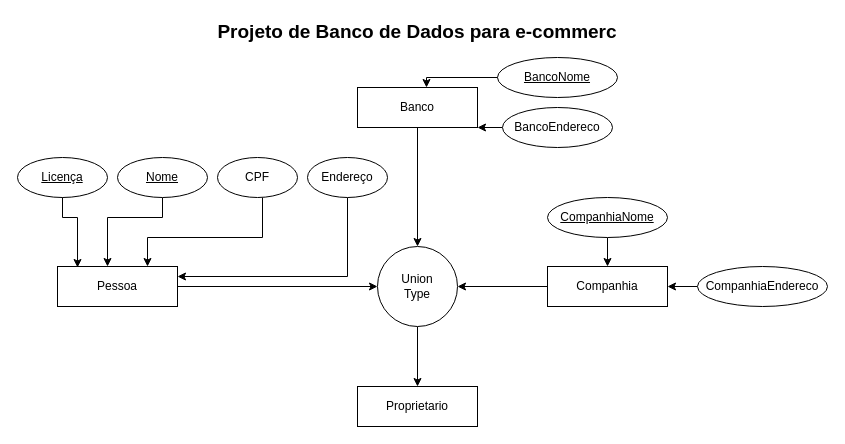
quintinomedeiros/br_ecommerce keeps this draw.io diagram as ecommerce.drawio. Above is the earlier version. Source tidied: cells renumbered, new cells numbered last; positions are measured from the earlier drawing's top-left corner, leaving out a move shared by most shapes. Both pictures are drawn from the tidied source at 100%, with x=0, y=0 at pixel (17, 17).
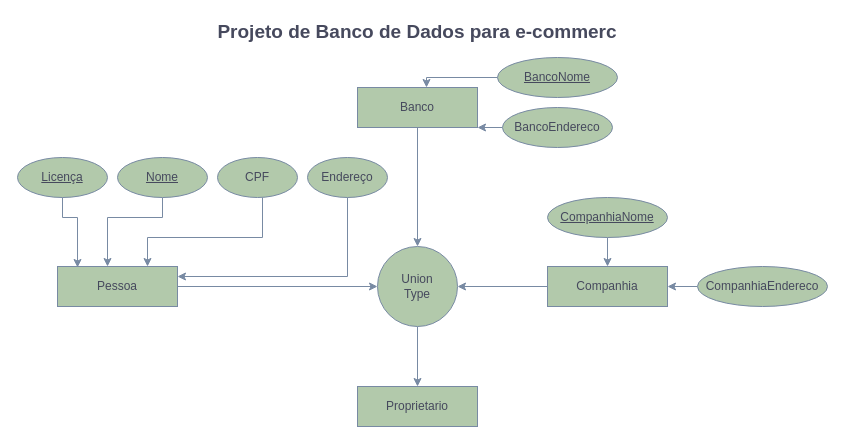
The same diagram, later.

Diff of the diagram source:
```diff
@@
-    <mxCell id="2" value="&lt;font style=&quot;font-size: 19px;&quot;&gt;&lt;b&gt;Projeto de Banco de Dados para e-commerc&lt;/b&gt;&lt;/font&gt;" style="text;strokeColor=none;align=center;fillColor=none;html=1;verticalAlign=middle;whiteSpace=wrap;rounded=0;" parent="1" vertex="1">
+    <mxCell id="2" value="&lt;font style=&quot;font-size: 19px;&quot;&gt;&lt;b&gt;Projeto de Banco de Dados para e-commerc&lt;/b&gt;&lt;/font&gt;" style="text;strokeColor=none;align=center;fillColor=none;html=1;verticalAlign=middle;whiteSpace=wrap;rounded=0;labelBackgroundColor=none;fontColor=#46495D;" parent="1" vertex="1">
       <mxGeometry x="40" width="720" height="30" as="geometry" />
     </mxCell>
-    <mxCell id="3" style="edgeStyle=orthogonalEdgeStyle;rounded=0;jettySize=auto;html=1;entryX=0;entryY=0.5;entryDx=0;entryDy=0;" parent="1" edge="1" source="4" target="10">
+    <mxCell id="3" style="edgeStyle=orthogonalEdgeStyle;rounded=0;jettySize=auto;html=1;entryX=0;entryY=0.5;entryDx=0;entryDy=0;labelBackgroundColor=none;strokeColor=#788AA3;fontColor=default;" parent="1" edge="1" source="4" target="10">
       <mxGeometry relative="1" as="geometry" />
     </mxCell>
-    <mxCell id="4" value="Pessoa" style="whiteSpace=wrap;html=1;" parent="1" vertex="1">
+    <mxCell id="4" value="Pessoa" style="whiteSpace=wrap;html=1;labelBackgroundColor=none;fillColor=#B2C9AB;strokeColor=#788AA3;fontColor=#46495D;" parent="1" vertex="1">
       <mxGeometry x="40" y="249" width="120" height="40" as="geometry" />
     </mxCell>
-    <mxCell id="5" style="edgeStyle=orthogonalEdgeStyle;rounded=0;jettySize=auto;html=1;exitX=0.5;exitY=1;exitDx=0;exitDy=0;entryX=0.5;entryY=0;entryDx=0;entryDy=0;" parent="1" edge="1" source="6" target="10">
+    <mxCell id="5" style="edgeStyle=orthogonalEdgeStyle;rounded=0;jettySize=auto;html=1;exitX=0.5;exitY=1;exitDx=0;exitDy=0;entryX=0.5;entryY=0;entryDx=0;entryDy=0;labelBackgroundColor=none;strokeColor=#788AA3;fontColor=default;" parent="1" edge="1" source="6" target="10">
       <mxGeometry relative="1" as="geometry" />
     </mxCell>
-    <mxCell id="6" value="Banco" style="whiteSpace=wrap;html=1;" parent="1" vertex="1">
+    <mxCell id="6" value="Banco" style="whiteSpace=wrap;html=1;labelBackgroundColor=none;fillColor=#B2C9AB;strokeColor=#788AA3;fontColor=#46495D;" parent="1" vertex="1">
       <mxGeometry x="340" y="70" width="120" height="40" as="geometry" />
     </mxCell>
-    <mxCell id="7" style="edgeStyle=orthogonalEdgeStyle;rounded=0;jettySize=auto;html=1;entryX=1;entryY=0.5;entryDx=0;entryDy=0;" parent="1" edge="1" source="8" target="10">
+    <mxCell id="7" style="edgeStyle=orthogonalEdgeStyle;rounded=0;jettySize=auto;html=1;entryX=1;entryY=0.5;entryDx=0;entryDy=0;labelBackgroundColor=none;strokeColor=#788AA3;fontColor=default;" parent="1" edge="1" source="8" target="10">
       <mxGeometry relative="1" as="geometry" />
     </mxCell>
-    <mxCell id="8" value="Companhia" style="whiteSpace=wrap;html=1;" parent="1" vertex="1">
+    <mxCell id="8" value="Companhia" style="whiteSpace=wrap;html=1;labelBackgroundColor=none;fillColor=#B2C9AB;strokeColor=#788AA3;fontColor=#46495D;" parent="1" vertex="1">
       <mxGeometry x="530" y="249" width="120" height="40" as="geometry" />
     </mxCell>
-    <mxCell id="9" style="edgeStyle=orthogonalEdgeStyle;rounded=0;jettySize=auto;html=1;exitX=0.5;exitY=1;exitDx=0;exitDy=0;entryX=0.5;entryY=0;entryDx=0;entryDy=0;" parent="1" edge="1" source="10" target="11">
+    <mxCell id="9" style="edgeStyle=orthogonalEdgeStyle;rounded=0;jettySize=auto;html=1;exitX=0.5;exitY=1;exitDx=0;exitDy=0;entryX=0.5;entryY=0;entryDx=0;entryDy=0;labelBackgroundColor=none;strokeColor=#788AA3;fontColor=default;" parent="1" edge="1" source="10" target="11">
       <mxGeometry relative="1" as="geometry" />
     </mxCell>
-    <mxCell id="10" value="Union&lt;div&gt;Type&lt;/div&gt;" style="ellipse;whiteSpace=wrap;html=1;" parent="1" vertex="1">
+    <mxCell id="10" value="Union&lt;div&gt;Type&lt;/div&gt;" style="ellipse;whiteSpace=wrap;html=1;labelBackgroundColor=none;fillColor=#B2C9AB;strokeColor=#788AA3;fontColor=#46495D;" parent="1" vertex="1">
       <mxGeometry x="360" y="229" width="80" height="80" as="geometry" />
     </mxCell>
-    <mxCell id="11" value="Proprietario" style="whiteSpace=wrap;html=1;" parent="1" vertex="1">
+    <mxCell id="11" value="Proprietario" style="whiteSpace=wrap;html=1;labelBackgroundColor=none;fillColor=#B2C9AB;strokeColor=#788AA3;fontColor=#46495D;" parent="1" vertex="1">
       <mxGeometry x="340" y="369" width="120" height="40" as="geometry" />
     </mxCell>
-    <mxCell id="12" value="Licença" style="ellipse;whiteSpace=wrap;html=1;align=center;fontStyle=4;" parent="1" vertex="1">
+    <mxCell id="12" value="Licença" style="ellipse;whiteSpace=wrap;html=1;align=center;fontStyle=4;labelBackgroundColor=none;fillColor=#B2C9AB;strokeColor=#788AA3;fontColor=#46495D;" parent="1" vertex="1">
       <mxGeometry y="140" width="90" height="40" as="geometry" />
     </mxCell>
-    <mxCell id="13" style="edgeStyle=orthogonalEdgeStyle;rounded=0;jettySize=auto;html=1;entryX=0.75;entryY=0;entryDx=0;entryDy=0;" parent="1" edge="1" target="4">
+    <mxCell id="13" style="edgeStyle=orthogonalEdgeStyle;rounded=0;jettySize=auto;html=1;entryX=0.75;entryY=0;entryDx=0;entryDy=0;labelBackgroundColor=none;strokeColor=#788AA3;fontColor=default;" parent="1" edge="1" target="4">
       <mxGeometry relative="1" as="geometry">
         <mxPoint x="245" y="180" as="sourcePoint" />
         <Array as="points">
           <mxPoint x="245" y="220" />
           <mxPoint x="130" y="220" />
         </Array>
       </mxGeometry>
     </mxCell>
-    <mxCell id="14" style="edgeStyle=orthogonalEdgeStyle;rounded=0;jettySize=auto;html=1;" parent="1" edge="1" source="15" target="4">
+    <mxCell id="14" style="edgeStyle=orthogonalEdgeStyle;rounded=0;jettySize=auto;html=1;labelBackgroundColor=none;strokeColor=#788AA3;fontColor=default;" parent="1" edge="1" source="15" target="4">
       <mxGeometry relative="1" as="geometry">
         <Array as="points">
           <mxPoint x="145" y="200" />
           <mxPoint x="90" y="200" />
         </Array>
       </mxGeometry>
     </mxCell>
-    <mxCell id="15" value="Nome" style="ellipse;whiteSpace=wrap;html=1;align=center;fontStyle=4;" parent="1" vertex="1">
+    <mxCell id="15" value="Nome" style="ellipse;whiteSpace=wrap;html=1;align=center;fontStyle=4;labelBackgroundColor=none;fillColor=#B2C9AB;strokeColor=#788AA3;fontColor=#46495D;" parent="1" vertex="1">
       <mxGeometry x="100" y="140" width="90" height="40" as="geometry" />
     </mxCell>
-    <mxCell id="16" style="edgeStyle=orthogonalEdgeStyle;rounded=0;jettySize=auto;html=1;entryX=0.167;entryY=0.025;entryDx=0;entryDy=0;entryPerimeter=0;" parent="1" edge="1" source="12" target="4">
+    <mxCell id="16" style="edgeStyle=orthogonalEdgeStyle;rounded=0;jettySize=auto;html=1;entryX=0.167;entryY=0.025;entryDx=0;entryDy=0;entryPerimeter=0;labelBackgroundColor=none;strokeColor=#788AA3;fontColor=default;" parent="1" edge="1" source="12" target="4">
       <mxGeometry relative="1" as="geometry">
         <Array as="points">
           <mxPoint x="45" y="200" />
           <mxPoint x="60" y="200" />
         </Array>
       </mxGeometry>
     </mxCell>
-    <mxCell id="17" value="CPF" style="ellipse;whiteSpace=wrap;html=1;align=center;" parent="1" vertex="1">
+    <mxCell id="17" value="CPF" style="ellipse;whiteSpace=wrap;html=1;align=center;labelBackgroundColor=none;fillColor=#B2C9AB;strokeColor=#788AA3;fontColor=#46495D;" parent="1" vertex="1">
       <mxGeometry x="200" y="140" width="80" height="40" as="geometry" />
     </mxCell>
-    <mxCell id="18" style="edgeStyle=orthogonalEdgeStyle;rounded=0;jettySize=auto;html=1;exitX=0.5;exitY=1;exitDx=0;exitDy=0;entryX=1;entryY=0.25;entryDx=0;entryDy=0;" parent="1" edge="1" source="19" target="4">
+    <mxCell id="18" style="edgeStyle=orthogonalEdgeStyle;rounded=0;jettySize=auto;html=1;exitX=0.5;exitY=1;exitDx=0;exitDy=0;entryX=1;entryY=0.25;entryDx=0;entryDy=0;labelBackgroundColor=none;strokeColor=#788AA3;fontColor=default;" parent="1" edge="1" source="19" target="4">
       <mxGeometry relative="1" as="geometry" />
     </mxCell>
-    <mxCell id="19" value="Endereço" style="ellipse;whiteSpace=wrap;html=1;align=center;" parent="1" vertex="1">
+    <mxCell id="19" value="Endereço" style="ellipse;whiteSpace=wrap;html=1;align=center;labelBackgroundColor=none;fillColor=#B2C9AB;strokeColor=#788AA3;fontColor=#46495D;" parent="1" vertex="1">
       <mxGeometry x="290" y="140" width="80" height="40" as="geometry" />
     </mxCell>
-    <mxCell id="20" style="edgeStyle=orthogonalEdgeStyle;rounded=0;jettySize=auto;html=1;exitX=0;exitY=0.5;exitDx=0;exitDy=0;entryX=1;entryY=1;entryDx=0;entryDy=0;" parent="1" edge="1" source="21" target="6">
+    <mxCell id="20" style="edgeStyle=orthogonalEdgeStyle;rounded=0;jettySize=auto;html=1;exitX=0;exitY=0.5;exitDx=0;exitDy=0;entryX=1;entryY=1;entryDx=0;entryDy=0;labelBackgroundColor=none;strokeColor=#788AA3;fontColor=default;" parent="1" edge="1" source="21" target="6">
       <mxGeometry relative="1" as="geometry" />
     </mxCell>
-    <mxCell id="21" value="BancoEndereco" style="ellipse;whiteSpace=wrap;html=1;align=center;" parent="1" vertex="1">
+    <mxCell id="21" value="BancoEndereco" style="ellipse;whiteSpace=wrap;html=1;align=center;labelBackgroundColor=none;fillColor=#B2C9AB;strokeColor=#788AA3;fontColor=#46495D;" parent="1" vertex="1">
       <mxGeometry x="485" y="90" width="110" height="40" as="geometry" />
     </mxCell>
-    <mxCell id="22" value="BancoNome" style="ellipse;whiteSpace=wrap;html=1;align=center;fontStyle=4;" parent="1" vertex="1">
+    <mxCell id="22" value="BancoNome" style="ellipse;whiteSpace=wrap;html=1;align=center;fontStyle=4;labelBackgroundColor=none;fillColor=#B2C9AB;strokeColor=#788AA3;fontColor=#46495D;" parent="1" vertex="1">
       <mxGeometry x="480" y="40" width="120" height="40" as="geometry" />
     </mxCell>
-    <mxCell id="23" style="edgeStyle=orthogonalEdgeStyle;rounded=0;jettySize=auto;html=1;exitX=0;exitY=0.5;exitDx=0;exitDy=0;entryX=0.575;entryY=0;entryDx=0;entryDy=0;entryPerimeter=0;" parent="1" edge="1" source="22" target="6">
+    <mxCell id="23" style="edgeStyle=orthogonalEdgeStyle;rounded=0;jettySize=auto;html=1;exitX=0;exitY=0.5;exitDx=0;exitDy=0;entryX=0.575;entryY=0;entryDx=0;entryDy=0;entryPerimeter=0;labelBackgroundColor=none;strokeColor=#788AA3;fontColor=default;" parent="1" edge="1" source="22" target="6">
       <mxGeometry relative="1" as="geometry">
         <Array as="points">
           <mxPoint x="409" y="60" />
         </Array>
       </mxGeometry>
     </mxCell>
-    <mxCell id="24" style="edgeStyle=orthogonalEdgeStyle;rounded=0;jettySize=auto;html=1;exitX=0.5;exitY=1;exitDx=0;exitDy=0;entryX=0.5;entryY=0;entryDx=0;entryDy=0;" parent="1" edge="1" source="25" target="8">
+    <mxCell id="24" style="edgeStyle=orthogonalEdgeStyle;rounded=0;jettySize=auto;html=1;exitX=0.5;exitY=1;exitDx=0;exitDy=0;entryX=0.5;entryY=0;entryDx=0;entryDy=0;labelBackgroundColor=none;strokeColor=#788AA3;fontColor=default;" parent="1" edge="1" source="25" target="8">
       <mxGeometry relative="1" as="geometry" />
     </mxCell>
-    <mxCell id="25" value="CompanhiaNome" style="ellipse;whiteSpace=wrap;html=1;align=center;fontStyle=4;" parent="1" vertex="1">
+    <mxCell id="25" value="CompanhiaNome" style="ellipse;whiteSpace=wrap;html=1;align=center;fontStyle=4;labelBackgroundColor=none;fillColor=#B2C9AB;strokeColor=#788AA3;fontColor=#46495D;" parent="1" vertex="1">
       <mxGeometry x="530" y="180" width="120" height="40" as="geometry" />
     </mxCell>
-    <mxCell id="26" style="edgeStyle=orthogonalEdgeStyle;rounded=0;jettySize=auto;html=1;exitX=0;exitY=0.5;exitDx=0;exitDy=0;entryX=1;entryY=0.5;entryDx=0;entryDy=0;" parent="1" edge="1" source="27" target="8">
+    <mxCell id="26" style="edgeStyle=orthogonalEdgeStyle;rounded=0;jettySize=auto;html=1;exitX=0;exitY=0.5;exitDx=0;exitDy=0;entryX=1;entryY=0.5;entryDx=0;entryDy=0;labelBackgroundColor=none;strokeColor=#788AA3;fontColor=default;" parent="1" edge="1" source="27" target="8">
       <mxGeometry relative="1" as="geometry" />
     </mxCell>
-    <mxCell id="27" value="CompanhiaEndereco" style="ellipse;whiteSpace=wrap;html=1;align=center;" parent="1" vertex="1">
+    <mxCell id="27" value="CompanhiaEndereco" style="ellipse;whiteSpace=wrap;html=1;align=center;labelBackgroundColor=none;fillColor=#B2C9AB;strokeColor=#788AA3;fontColor=#46495D;" parent="1" vertex="1">
       <mxGeometry x="680" y="249" width="130" height="40" as="geometry" />
     </mxCell>
```
